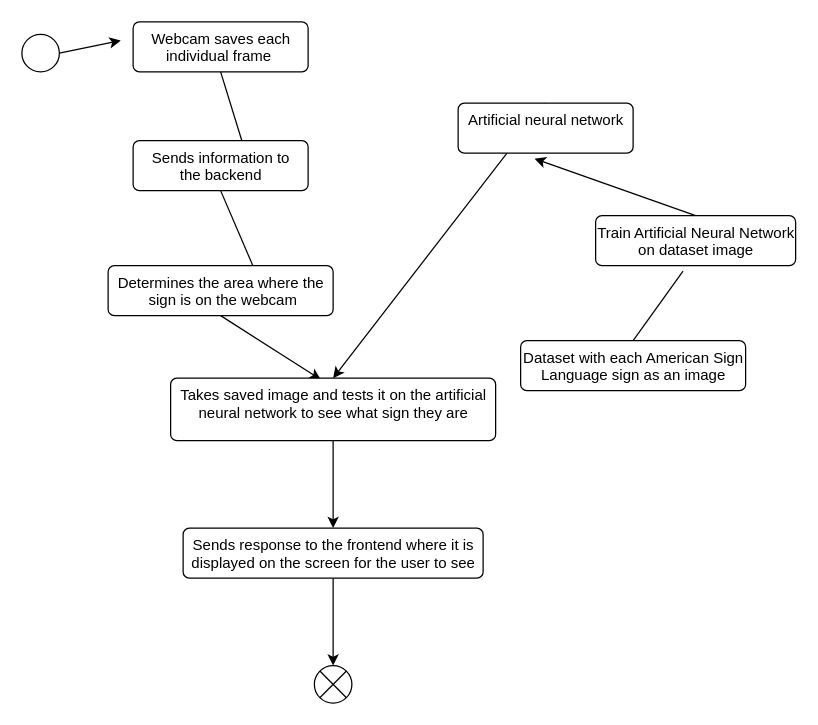
Earlier version of the draw.io diagram AIActiveDiagram.drawio (Ant11234/ASLFrontend). Source tidied: cells renumbered, new cells numbered last; positions are measured from the earlier drawing's top-left corner, leaving out a move shared by most shapes. Both pictures are drawn from the tidied source at 125%, with x=0, y=0 at pixel (21, 21).
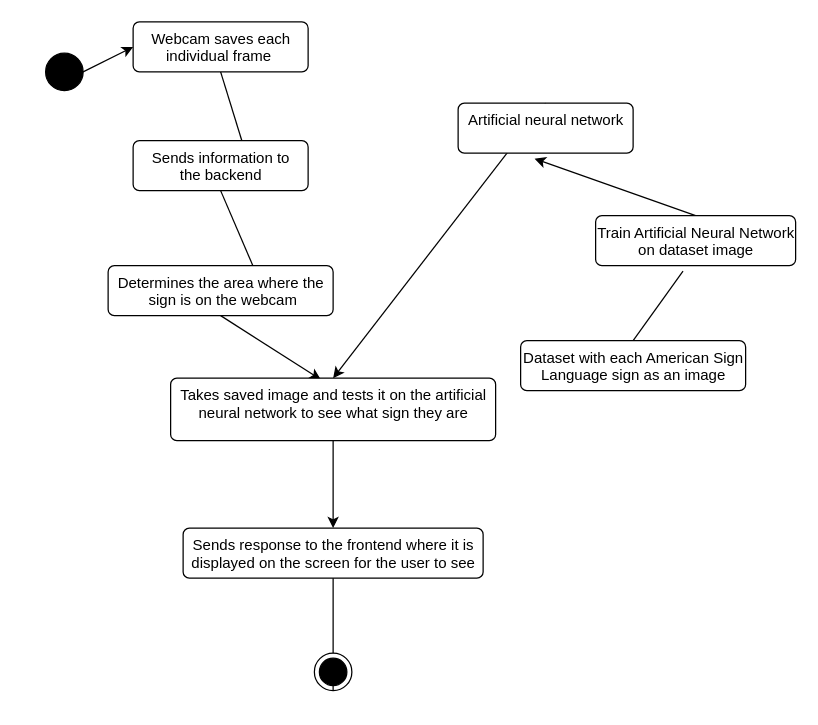
The same diagram, later.

Unchanged cells that the change refers to:
```xml
<mxCell id="5" value="Webcam saves each &lt;br&gt;individual frame&amp;nbsp;" style="html=1;align=center;verticalAlign=top;rounded=1;absoluteArcSize=1;arcSize=10;dashed=0;" parent="1" vertex="1">
  <mxGeometry x="89" width="140" height="40" as="geometry" />
</mxCell>
<mxCell id="19" value="Sends response to the frontend where it is &lt;br&gt;displayed on the screen for the user to see" style="html=1;align=center;verticalAlign=top;rounded=1;absoluteArcSize=1;arcSize=10;dashed=0;" parent="1" vertex="1">
  <mxGeometry x="129" y="405" width="240" height="40" as="geometry" />
</mxCell>
```

What changed in the source:
```diff
@@
-    <mxCell id="2" style="edgeStyle=none;html=1;exitX=1;exitY=0.5;exitDx=0;exitDy=0;entryX=-0.071;entryY=0.375;entryDx=0;entryDy=0;entryPerimeter=0;" parent="1" edge="1" source="3" target="5">
-      <mxGeometry relative="1" as="geometry" />
-    </mxCell>
-    <mxCell id="3" style="ellipse;" parent="1" vertex="1">
-      <mxGeometry y="10" width="30" height="30" as="geometry" />
-    </mxCell>
@@
-    <mxCell id="18" style="edgeStyle=none;html=1;exitX=0.5;exitY=1;exitDx=0;exitDy=0;entryX=0.5;entryY=0;entryDx=0;entryDy=0;" parent="1" edge="1" source="19" target="20">
-      <mxGeometry relative="1" as="geometry" />
+    <mxCell id="18" style="edgeStyle=none;html=1;exitX=0.5;exitY=1;exitDx=0;exitDy=0;entryX=0.5;entryY=0;entryDx=0;entryDy=0;startArrow=none;" parent="1" edge="1" source="24">
+      <mxGeometry relative="1" as="geometry">
+        <mxPoint x="249" y="515" as="targetPoint" />
+      </mxGeometry>
     </mxCell>
@@
-    <mxCell id="20" style="shape=sumEllipse;perimeter=ellipsePerimeter;whiteSpace=wrap;html=1;backgroundOutline=1;" parent="1" vertex="1">
-      <mxGeometry x="234" y="515" width="30" height="30" as="geometry" />
-    </mxCell>
+    <mxCell id="21" style="edgeStyle=none;html=1;exitX=1;exitY=0.5;exitDx=0;exitDy=0;entryX=0;entryY=0.5;entryDx=0;entryDy=0;" parent="1" edge="1" source="22" target="5">
+      <mxGeometry relative="1" as="geometry" />
+    </mxCell>
+    <mxCell id="22" style="ellipse;fillColor=strokeColor;" parent="1" vertex="1">
+      <mxGeometry x="19" y="25" width="30" height="30" as="geometry" />
+    </mxCell>
+    <mxCell id="23" style="edgeStyle=none;html=1;exitX=0.5;exitY=1;exitDx=0;exitDy=0;entryX=0.5;entryY=0;entryDx=0;entryDy=0;endArrow=none;" parent="1" edge="1" source="19" target="24">
+      <mxGeometry relative="1" as="geometry" />
+    </mxCell>
+    <mxCell id="24" style="ellipse;html=1;shape=endState;fillColor=strokeColor;" parent="1" vertex="1">
+      <mxGeometry x="234" y="505" width="30" height="30" as="geometry" />
+    </mxCell>
```
